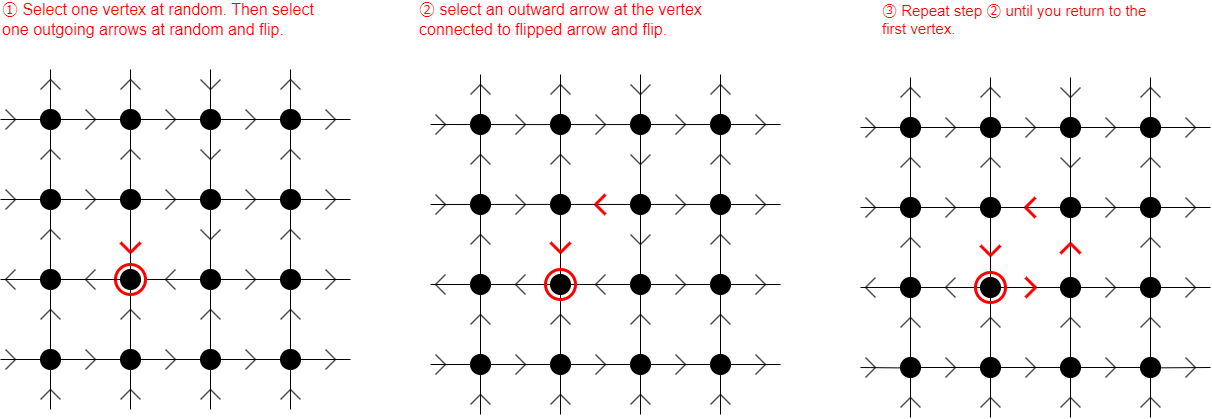
This is assets/long-loop.png from mktj2685/SpinIce, a draw.io export, as it was before one commit. Source tidied: cells renumbered, new cells last; positions are measured from the earlier drawing's top-left corner, leaving out a move shared by most shapes.
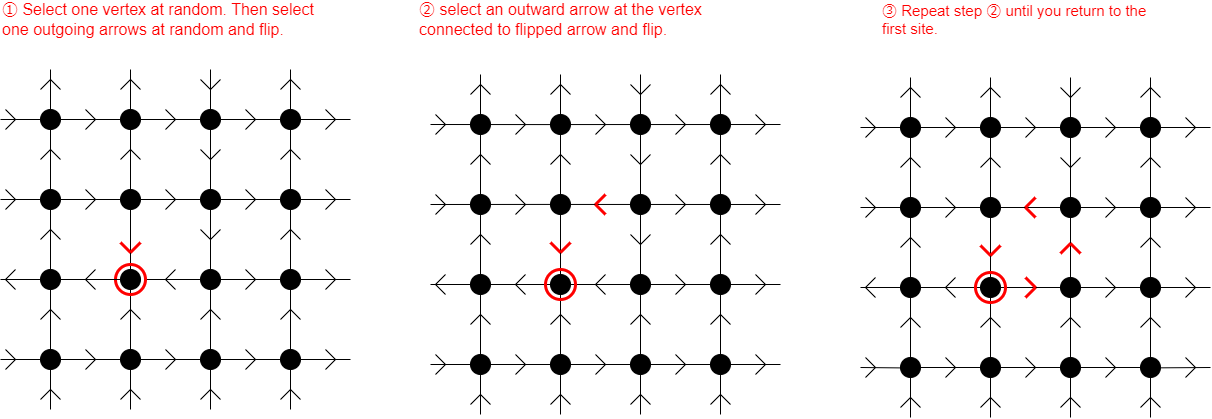
After the change.

Change to the diagram source:
```diff
@@ -2215,7 +2215,7 @@
         <mxPoint x="1025" y="293" as="targetPoint" />
       </mxGeometry>
     </mxCell>
-    <mxCell id="469" value="&lt;font style=&quot;font-size: 15px;&quot;&gt;③ Repeat step ② until you return to the first vertex.&lt;/font&gt;" style="text;html=1;strokeColor=none;fillColor=none;align=left;verticalAlign=middle;whiteSpace=wrap;rounded=0;strokeWidth=1;fontColor=#FF0000;" parent="1" vertex="1">
+    <mxCell id="469" value="&lt;font style=&quot;font-size: 15px;&quot;&gt;③ Repeat step ② until you return to the first site.&lt;/font&gt;" style="text;html=1;strokeColor=none;fillColor=none;align=left;verticalAlign=middle;whiteSpace=wrap;rounded=0;strokeWidth=1;fontColor=#FF0000;" parent="1" vertex="1">
       <mxGeometry x="880" width="270" height="30" as="geometry" />
     </mxCell>
     <mxCell id="470" style="group;" parent="1" vertex="1">
```
